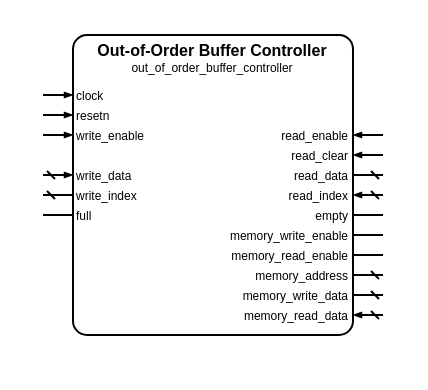
Before: sources/data/controllers/out_of_order_buffer/out_of_order_buffer_controller.symbol.drawio in Louis-DR/OmniCores-BuildingBlocks, a draw.io diagram. Source tidied: cells renumbered, new cells numbered last; positions are measured from the earlier drawing's top-left corner, leaving out a move shared by most shapes. Both pictures are drawn from the tidied source at 200%, with x=0, y=0 at pixel (42, 34).
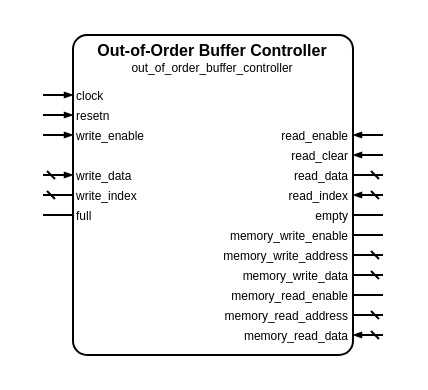
Above is the later version.

Change to the diagram source:
```diff
@@
     <mxCell id="2" style="group;" parent="1" vertex="1">
-      <mxGeometry width="170" height="150" as="geometry" />
+      <mxGeometry width="170" height="160" as="geometry" />
     </mxCell>
     <mxCell id="3" style="rounded=1;arcSize=5;fillColor=none;strokeWidth=1;strokeColor=black;whiteSpace=wrap;html=1;" parent="2" vertex="1">
-      <mxGeometry x="15" width="140" height="150" as="geometry" />
+      <mxGeometry x="15" width="140" height="160" as="geometry" />
     </mxCell>
@@
+    <mxCell id="38" value="memory_write_address" style="text;html=1;align=right;verticalAlign=middle;whiteSpace=wrap;rounded=0;fontSize=6;fontStyle=0;fontColor=black;" parent="2" vertex="1">
+      <mxGeometry x="15" y="110" width="140" as="geometry" />
+    </mxCell>
+    <mxCell id="39" style="html=1;rounded=1;strokeWidth=1;strokeColor=black;startFill=0;startSize=2;startArrow=dash;endFill=1;endSize=2;endArrow=none;sourcePerimeterSpacing=0;" parent="2" edge="1">
+      <mxGeometry relative="1" as="geometry">
+        <mxPoint x="170" y="110" as="sourcePoint" />
+        <mxPoint x="155" y="110" as="targetPoint" />
+      </mxGeometry>
+    </mxCell>
+    <mxCell id="34" value="memory_write_data" style="text;html=1;align=right;verticalAlign=middle;whiteSpace=wrap;rounded=0;fontSize=6;fontStyle=0;fontColor=black;" parent="2" vertex="1">
+      <mxGeometry x="15" y="120" width="140" as="geometry" />
+    </mxCell>
+    <mxCell id="35" style="html=1;rounded=1;strokeWidth=1;strokeColor=black;startFill=0;startSize=2;startArrow=dash;endFill=1;endSize=2;endArrow=none;sourcePerimeterSpacing=0;" parent="2" edge="1">
+      <mxGeometry relative="1" as="geometry">
+        <mxPoint x="170" y="120" as="sourcePoint" />
+        <mxPoint x="155" y="120" as="targetPoint" />
+      </mxGeometry>
+    </mxCell>
     <mxCell id="30" value="memory_read_enable" style="text;html=1;align=right;verticalAlign=middle;whiteSpace=wrap;rounded=0;fontSize=6;fontStyle=0;fontColor=black;" parent="2" vertex="1">
-      <mxGeometry x="15" y="110" width="140" as="geometry" />
+      <mxGeometry x="15" y="130" width="140" as="geometry" />
     </mxCell>
     <mxCell id="31" style="html=1;rounded=1;strokeWidth=1;strokeColor=black;startFill=0;startSize=2;startArrow=none;endFill=1;endSize=2;endArrow=none;sourcePerimeterSpacing=0;" parent="2" edge="1">
       <mxGeometry relative="1" as="geometry">
-        <mxPoint x="170" y="110" as="sourcePoint" />
-        <mxPoint x="155" y="110" as="targetPoint" />
+        <mxPoint x="170" y="130" as="sourcePoint" />
+        <mxPoint x="155" y="130" as="targetPoint" />
       </mxGeometry>
     </mxCell>
-    <mxCell id="32" value="memory_address" style="text;html=1;align=right;verticalAlign=middle;whiteSpace=wrap;rounded=0;fontSize=6;fontStyle=0;fontColor=black;" parent="2" vertex="1">
-      <mxGeometry x="15" y="120" width="140" as="geometry" />
-    </mxCell>
-    <mxCell id="33" style="html=1;rounded=1;strokeWidth=1;strokeColor=black;startFill=0;startSize=2;startArrow=dash;endFill=1;endSize=2;endArrow=none;sourcePerimeterSpacing=0;" parent="2" edge="1">
-      <mxGeometry relative="1" as="geometry">
-        <mxPoint x="170" y="120" as="sourcePoint" />
-        <mxPoint x="155" y="120" as="targetPoint" />
-      </mxGeometry>
-    </mxCell>
-    <mxCell id="34" value="memory_write_data" style="text;html=1;align=right;verticalAlign=middle;whiteSpace=wrap;rounded=0;fontSize=6;fontStyle=0;fontColor=black;" parent="2" vertex="1">
-      <mxGeometry x="15" y="130" width="140" as="geometry" />
-    </mxCell>
-    <mxCell id="35" style="html=1;rounded=1;strokeWidth=1;strokeColor=black;startFill=0;startSize=2;startArrow=dash;endFill=1;endSize=2;endArrow=none;sourcePerimeterSpacing=0;" parent="2" edge="1">
-      <mxGeometry relative="1" as="geometry">
-        <mxPoint x="170" y="130" as="sourcePoint" />
-        <mxPoint x="155" y="130" as="targetPoint" />
-      </mxGeometry>
-    </mxCell>
+    <mxCell id="40" value="memory_read_address" style="text;html=1;align=right;verticalAlign=middle;whiteSpace=wrap;rounded=0;fontSize=6;fontStyle=0;fontColor=black;" parent="2" vertex="1">
+      <mxGeometry x="15" y="140" width="140" as="geometry" />
+    </mxCell>
+    <mxCell id="41" style="html=1;rounded=1;strokeWidth=1;strokeColor=black;startFill=0;startSize=2;startArrow=dash;endFill=1;endSize=2;endArrow=none;sourcePerimeterSpacing=0;" parent="2" edge="1">
+      <mxGeometry relative="1" as="geometry">
+        <mxPoint x="170" y="140" as="sourcePoint" />
+        <mxPoint x="155" y="140" as="targetPoint" />
+      </mxGeometry>
+    </mxCell>
     <mxCell id="36" value="memory_read_data" style="text;html=1;align=right;verticalAlign=middle;whiteSpace=wrap;rounded=0;fontSize=6;fontStyle=0;fontColor=black;" parent="2" vertex="1">
-      <mxGeometry x="15" y="140" width="140" as="geometry" />
+      <mxGeometry x="15" y="150" width="140" as="geometry" />
     </mxCell>
     <mxCell id="37" style="html=1;rounded=1;strokeWidth=1;strokeColor=black;startFill=0;startSize=2;startArrow=dash;endFill=1;endSize=2;endArrow=blockThin;sourcePerimeterSpacing=0;" parent="2" edge="1">
       <mxGeometry relative="1" as="geometry">
-        <mxPoint x="170" y="140" as="sourcePoint" />
-        <mxPoint x="155" y="140" as="targetPoint" />
+        <mxPoint x="170" y="150" as="sourcePoint" />
+        <mxPoint x="155" y="150" as="targetPoint" />
       </mxGeometry>
     </mxCell>
```
